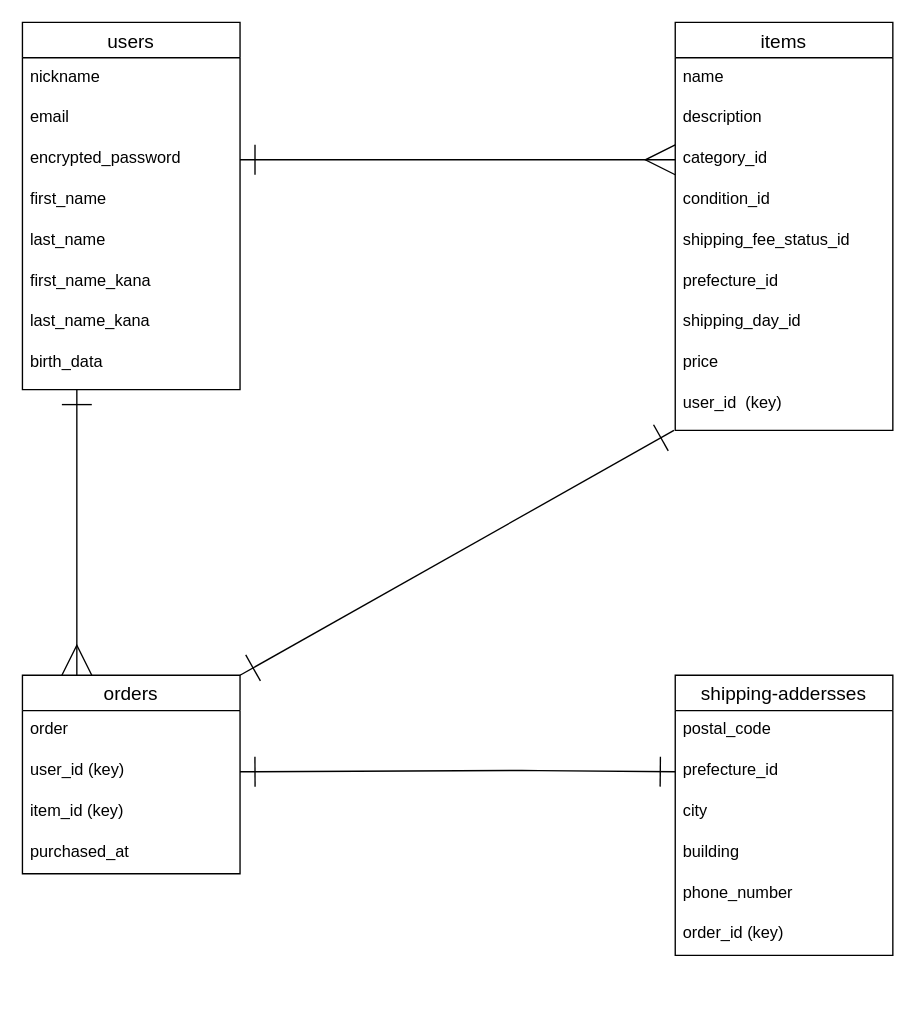
Above: ER.dio in Nao199/furima-41311 (draw.io), before the change. Source tidied: cells renumbered, new cells numbered last; positions are measured from the earlier drawing's top-left corner, leaving out a move shared by most shapes. Both pictures are drawn from the tidied source at 136%, with x=0, y=0 at pixel (22, 22).
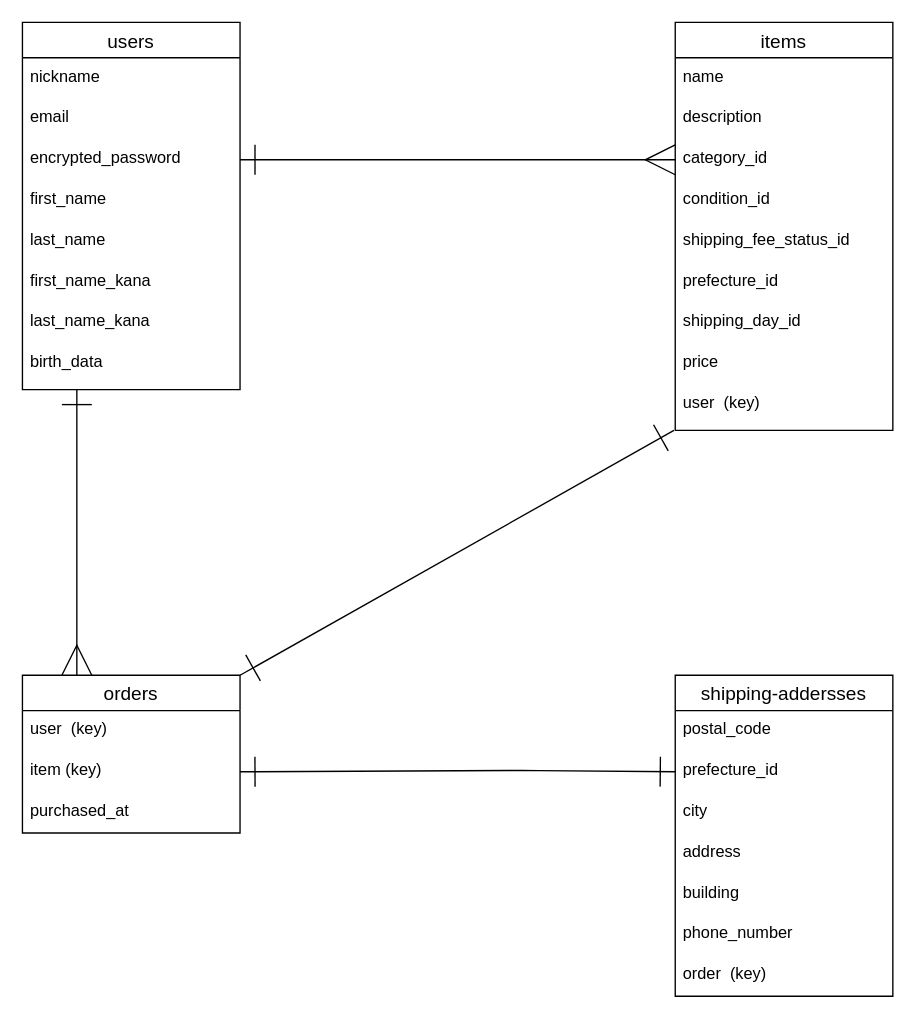
The same diagram, later.

Commit message (it also covers changes not shown here):
ER図・READMEを修正

Unchanged cells that the change refers to:
```xml
<mxCell id="20" value="prefecture_id" style="text;strokeColor=none;fillColor=none;spacingLeft=4;spacingRight=4;overflow=hidden;points=[[0,0.5],[1,0.5]];portConstraint=eastwest;fontSize=12;" parent="18" vertex="1">
  <mxGeometry y="56" width="160" height="30" as="geometry" />
</mxCell>
<mxCell id="25" value="items" style="swimlane;fontStyle=0;horizontal=1;startSize=26;align=center;fontSize=14;" parent="1" vertex="1">
  <mxGeometry x="480" width="160" height="300" as="geometry" />
</mxCell>
```

Change to the diagram source:
```diff
@@
     <mxCell id="13" value="orders" style="swimlane;fontStyle=0;horizontal=1;startSize=26;align=center;fontSize=14;" parent="1" vertex="1">
-      <mxGeometry y="480" width="160" height="146" as="geometry" />
+      <mxGeometry y="480" width="160" height="116" as="geometry" />
     </mxCell>
-    <mxCell id="14" value="order" style="text;strokeColor=none;fillColor=none;spacingLeft=4;spacingRight=4;overflow=hidden;fontSize=12;" parent="13" vertex="1">
-      <mxGeometry y="26" width="160" height="30" as="geometry" />
-    </mxCell>
-    <mxCell id="15" value="user_id (key)" style="text;strokeColor=none;fillColor=none;spacingLeft=4;spacingRight=4;overflow=hidden;points=[[0,0.5],[1,0.5]];portConstraint=eastwest;fontSize=12;" parent="13" vertex="1">
-      <mxGeometry y="56" width="160" height="30" as="geometry" />
+    <mxCell id="15" value="user  (key)" style="text;strokeColor=none;fillColor=none;spacingLeft=4;spacingRight=4;overflow=hidden;points=[[0,0.5],[1,0.5]];portConstraint=eastwest;fontSize=12;" parent="13" vertex="1">
+      <mxGeometry y="26" width="160" height="30" as="geometry" />
     </mxCell>
-    <mxCell id="16" value="item_id (key)" style="text;strokeColor=none;fillColor=none;spacingLeft=4;spacingRight=4;overflow=hidden;points=[[0,0.5],[1,0.5]];portConstraint=eastwest;fontSize=12;" parent="13" vertex="1">
-      <mxGeometry y="86" width="160" height="30" as="geometry" />
+    <mxCell id="16" value="item (key)" style="text;strokeColor=none;fillColor=none;spacingLeft=4;spacingRight=4;overflow=hidden;points=[[0,0.5],[1,0.5]];portConstraint=eastwest;fontSize=12;" parent="13" vertex="1">
+      <mxGeometry y="56" width="160" height="30" as="geometry" />
     </mxCell>
     <mxCell id="17" value="purchased_at" style="text;strokeColor=none;fillColor=none;spacingLeft=4;spacingRight=4;overflow=hidden;fontSize=12;" parent="13" vertex="1">
-      <mxGeometry y="116" width="160" height="30" as="geometry" />
+      <mxGeometry y="86" width="160" height="30" as="geometry" />
     </mxCell>
     <mxCell id="18" value="shipping-addersses" style="swimlane;fontStyle=0;horizontal=1;startSize=26;align=center;fontSize=14;" parent="1" vertex="1">
-      <mxGeometry x="480" y="480" width="160" height="206" as="geometry" />
+      <mxGeometry x="480" y="480" width="160" height="236" as="geometry" />
     </mxCell>
@@
+    <mxCell id="37" value="address" style="text;strokeColor=none;fillColor=none;spacingLeft=4;spacingRight=4;overflow=hidden;fontSize=12;" parent="18" vertex="1">
+      <mxGeometry y="116" width="160" height="30" as="geometry" />
+    </mxCell>
     <mxCell id="22" value="building" style="text;strokeColor=none;fillColor=none;spacingLeft=4;spacingRight=4;overflow=hidden;fontSize=12;" parent="18" vertex="1">
-      <mxGeometry y="116" width="160" height="30" as="geometry" />
+      <mxGeometry y="146" width="160" height="30" as="geometry" />
     </mxCell>
     <mxCell id="23" value="phone_number" style="text;strokeColor=none;fillColor=none;spacingLeft=4;spacingRight=4;overflow=hidden;fontSize=12;" parent="18" vertex="1">
-      <mxGeometry y="146" width="160" height="30" as="geometry" />
+      <mxGeometry y="176" width="160" height="30" as="geometry" />
     </mxCell>
-    <mxCell id="24" value="order_id (key)" style="text;strokeColor=none;fillColor=none;spacingLeft=4;spacingRight=4;overflow=hidden;fontSize=12;" parent="18" vertex="1">
-      <mxGeometry y="176" width="160" height="30" as="geometry" />
+    <mxCell id="24" value="order  (key)" style="text;strokeColor=none;fillColor=none;spacingLeft=4;spacingRight=4;overflow=hidden;fontSize=12;" parent="18" vertex="1">
+      <mxGeometry y="206" width="160" height="30" as="geometry" />
     </mxCell>
@@
-    <mxCell id="34" value="user_id  (key)" style="text;strokeColor=none;fillColor=none;spacingLeft=4;spacingRight=4;overflow=hidden;points=[[0,0.5],[1,0.5]];portConstraint=eastwest;fontSize=12;" parent="25" vertex="1">
+    <mxCell id="34" value="user  (key)" style="text;strokeColor=none;fillColor=none;spacingLeft=4;spacingRight=4;overflow=hidden;points=[[0,0.5],[1,0.5]];portConstraint=eastwest;fontSize=12;" parent="25" vertex="1">
       <mxGeometry y="266" width="160" height="34" as="geometry" />
     </mxCell>
@@
-    <mxCell id="36" style="edgeStyle=none;html=1;exitX=1;exitY=0.5;exitDx=0;exitDy=0;entryX=0;entryY=0.5;entryDx=0;entryDy=0;strokeWidth=1;startArrow=ERone;startFill=0;endArrow=ERone;endFill=0;startSize=20;endSize=20;sourcePerimeterSpacing=0;targetPerimeterSpacing=0;" parent="1" edge="1" source="15" target="20">
+    <mxCell id="36" style="edgeStyle=none;html=1;exitX=1;exitY=0.5;exitDx=0;exitDy=0;entryX=0;entryY=0.5;entryDx=0;entryDy=0;strokeWidth=1;startArrow=ERone;startFill=0;endArrow=ERone;endFill=0;startSize=20;endSize=20;sourcePerimeterSpacing=0;targetPerimeterSpacing=0;" parent="1" edge="1" source="16" target="20">
       <mxGeometry relative="1" as="geometry">
         <Array as="points">
           <mxPoint x="370" y="550" />
         </Array>
       </mxGeometry>
     </mxCell>
```
